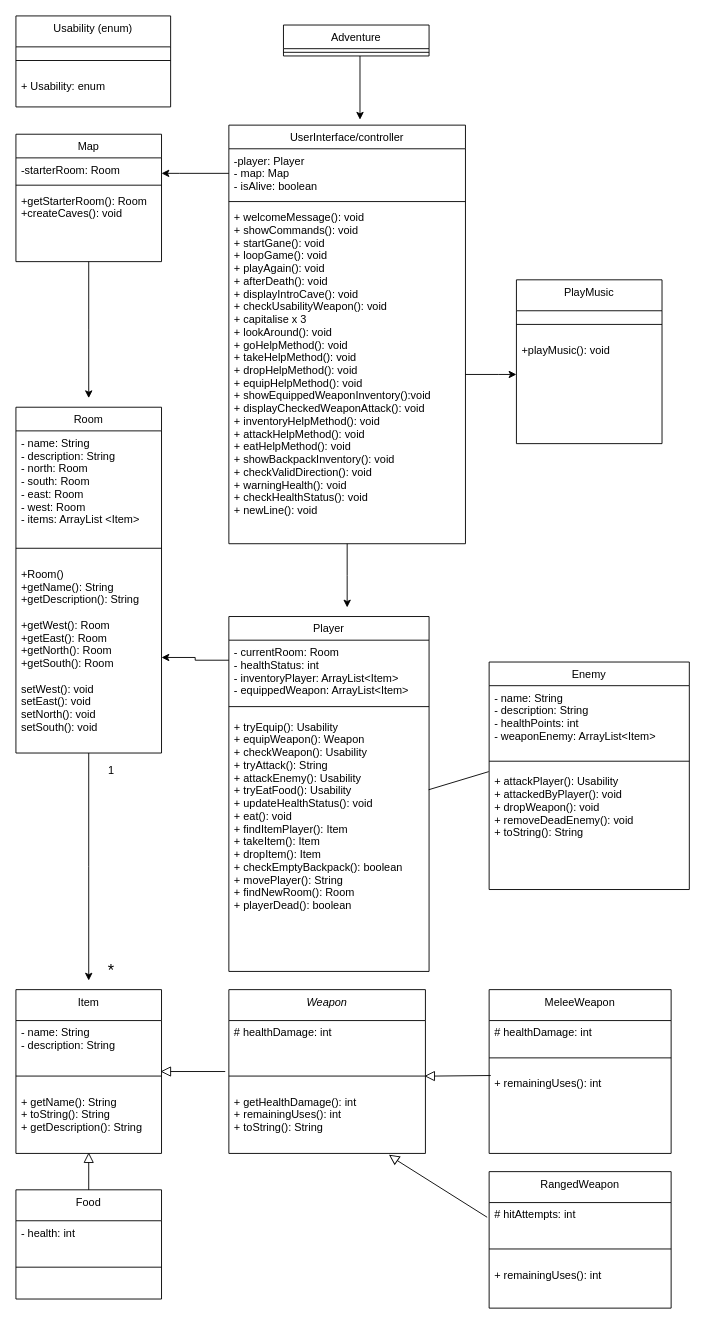
This is Untitled Diagram.drawio from tomm8231/adventureGame, a draw.io file, before an edit. Source tidied: cells renumbered, new cells numbered last; positions are measured from the earlier drawing's top-left corner, leaving out a move shared by most shapes. Both pictures are drawn from the tidied source at 91%, with x=0, y=0 at pixel (15, 15).
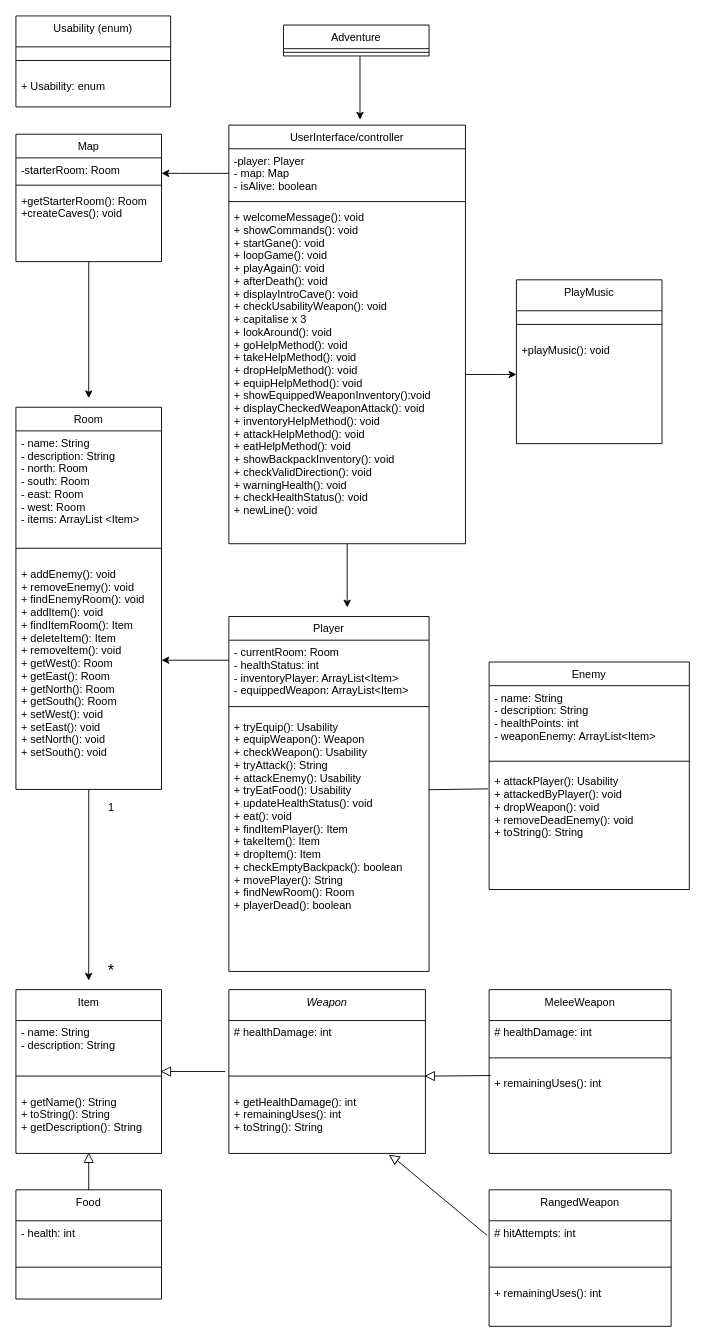
Above is the later version.

Unchanged cells that the change refers to:
```xml
<mxCell id="11" value="- currentRoom: Room&#10;- healthStatus: int&#10;- inventoryPlayer: ArrayList&lt;Item&gt;&#10;- equippedWeapon: ArrayList&lt;Item&gt;&#10;" style="text;align=left;verticalAlign=top;spacingLeft=4;spacingRight=4;overflow=hidden;points=[[0,0.5],[1,0.5]];portConstraint=eastwest;" parent="10" vertex="1">
  <mxGeometry y="26" width="220" height="64" as="geometry" />
</mxCell>
<mxCell id="13" value="+ tryEquip(): Usability&#10;+ equipWeapon(): Weapon&#10;+ checkWeapon(): Usability&#10;+ tryAttack(): String&#10;+ attackEnemy(): Usability&#10;+ tryEatFood(): Usability&#10;+ updateHealthStatus(): void&#10;+ eat(): void&#10;+ findItemPlayer(): Item&#10;+ takeItem(): Item&#10;+ dropItem(): Item &#10;+ checkEmptyBackpack(): boolean&#10;+ movePlayer(): String&#10;+ findNewRoom(): Room&#10;+ playerDead(): boolean" style="text;align=left;verticalAlign=top;spacingLeft=4;spacingRight=4;overflow=hidden;points=[[0,0.5],[1,0.5]];portConstraint=eastwest;" parent="10" vertex="1">
  <mxGeometry y="108" width="220" height="282" as="geometry" />
</mxCell>
<mxCell id="60" value="+ attackPlayer(): Usability&#10;+ attackedByPlayer(): void&#10;+ dropWeapon(): void&#10;+ removeDeadEnemy(): void&#10;+ toString(): String&#10;" style="text;align=left;verticalAlign=top;spacingLeft=4;spacingRight=4;overflow=hidden;points=[[0,0.5],[1,0.5]];portConstraint=eastwest;fillColor=none;" parent="57" vertex="1">
  <mxGeometry y="118" width="220" height="122" as="geometry" />
</mxCell>
```

Diff of the diagram source:
```diff
@@
     <mxCell id="20" value="Room&#10;" style="swimlane;fontStyle=0;align=center;verticalAlign=top;horizontal=1;startSize=26;rounded=0;shadow=0;strokeWidth=1;" parent="1" vertex="1">
-      <mxGeometry y="430" width="160" height="380" as="geometry" />
+      <mxGeometry y="430" width="160" height="420" as="geometry" />
     </mxCell>
@@
-    <mxCell id="23" value="+Room()&#10;+getName(): String&#10;+getDescription(): String&#10;&#10;+getWest(): Room&#10;+getEast(): Room&#10;+getNorth(): Room&#10;+getSouth(): Room&#10;&#10;setWest(): void&#10;setEast(): void&#10;setNorth(): void&#10;setSouth(): void&#10;" style="text;align=left;verticalAlign=top;spacingLeft=4;spacingRight=4;overflow=hidden;points=[[0,0.5],[1,0.5]];portConstraint=eastwest;" parent="20" vertex="1">
-      <mxGeometry y="170" width="160" height="210" as="geometry" />
+    <mxCell id="23" value="+ addEnemy(): void&#10;+ removeEnemy(): void&#10;+ findEnemyRoom(): void&#10;+ addItem(): void&#10;+ findItemRoom(): Item&#10;+ deleteItem(): Item&#10;+ removeItem(): void&#10;+ getWest(): Room&#10;+ getEast(): Room&#10;+ getNorth(): Room&#10;+ getSouth(): Room&#10;+ setWest(): void&#10;+ setEast(): void&#10;+ setNorth(): void&#10;+ setSouth(): void&#10;&#10;" style="text;align=left;verticalAlign=top;spacingLeft=4;spacingRight=4;overflow=hidden;points=[[0,0.5],[1,0.5]];portConstraint=eastwest;" parent="20" vertex="1">
+      <mxGeometry y="170" width="160" height="250" as="geometry" />
     </mxCell>
@@
     <mxCell id="37" value="1" style="text;html=1;strokeColor=none;fillColor=none;align=center;verticalAlign=middle;whiteSpace=wrap;rounded=0;" parent="1" vertex="1">
-      <mxGeometry x="85" y="820" width="40" height="20" as="geometry" />
+      <mxGeometry x="85" y="860" width="40" height="20" as="geometry" />
     </mxCell>
@@
     <mxCell id="51" value="RangedWeapon" style="swimlane;fontStyle=0;align=center;verticalAlign=top;horizontal=1;startSize=34;rounded=0;shadow=0;strokeWidth=1;" parent="1" vertex="1">
-      <mxGeometry x="520" y="1270" width="200" height="150" as="geometry" />
+      <mxGeometry x="520" y="1290" width="200" height="150" as="geometry" />
     </mxCell>
@@
-    <mxCell id="62" style="endArrow=none;html=1;rounded=0;strokeColor=default;entryX=-0.002;entryY=0.02;entryDx=0;entryDy=0;entryPerimeter=0;exitX=0.998;exitY=0.292;exitDx=0;exitDy=0;exitPerimeter=0;" parent="1" edge="1" source="13" target="60">
+    <mxCell id="62" style="endArrow=none;html=1;rounded=0;strokeColor=default;entryX=-0.006;entryY=0.175;entryDx=0;entryDy=0;entryPerimeter=0;exitX=0.998;exitY=0.292;exitDx=0;exitDy=0;exitPerimeter=0;" parent="1" edge="1" source="13" target="60">
       <mxGeometry relative="1" as="geometry" />
     </mxCell>
@@
     <mxCell id="67" style="edgeStyle=orthogonalEdgeStyle;rounded=0;jettySize=auto;html=1;fontSize=18;strokeColor=default;" parent="1" edge="1" source="11" target="23">
       <mxGeometry relative="1" as="geometry">
         <Array as="points">
-          <mxPoint x="197" y="708" />
-          <mxPoint x="197" y="705" />
+          <mxPoint x="180" y="708" />
+          <mxPoint x="180" y="708" />
         </Array>
       </mxGeometry>
     </mxCell>
```
